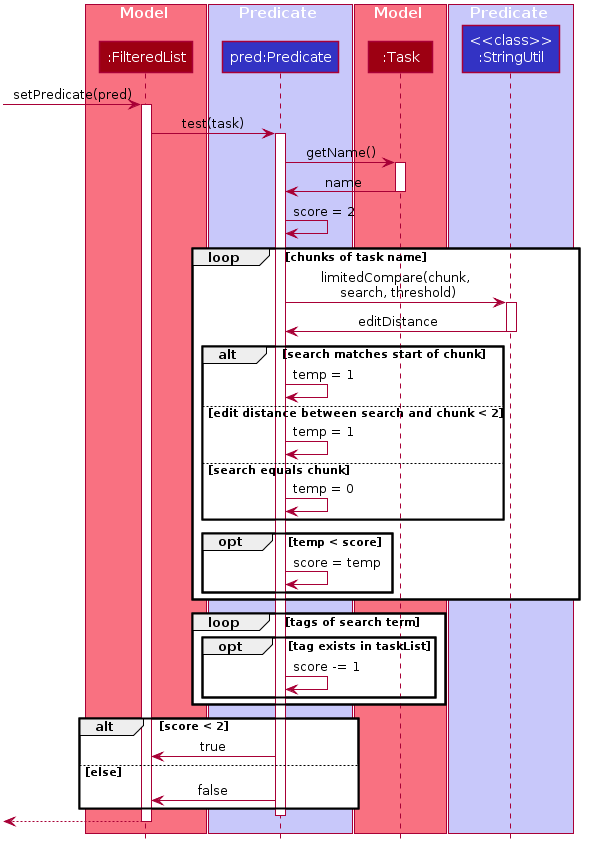
Before: docs/images/PredicateSequenceDiagram.png, a diagram exported from PlantUML (nus-cs2103-AY1920S2/addressbook-level3).
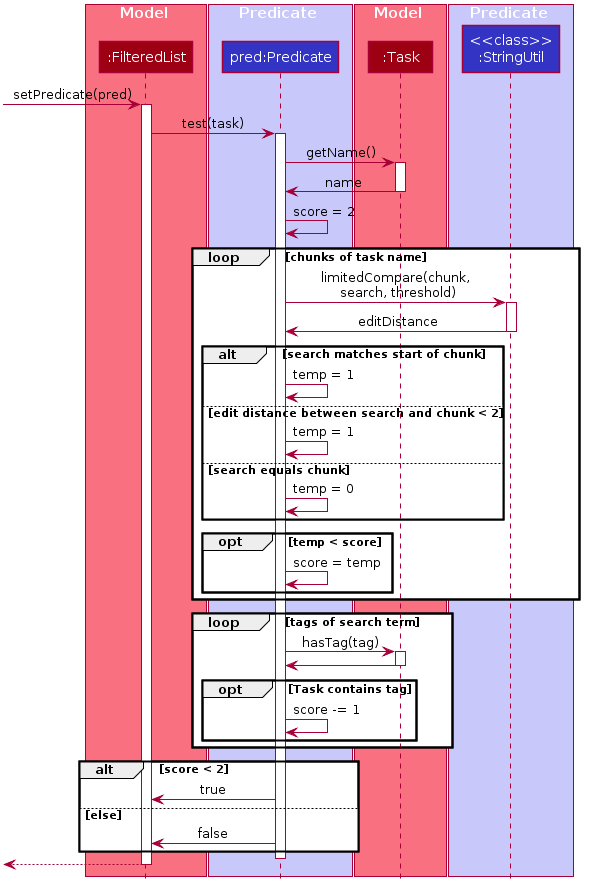
After the change.

Change to the diagram source:
```diff
@@ -98,7 +98,11 @@
 end
 
 loop tags of search term
-    opt tag exists in taskList
+    Predicate -> Task: hasTag(tag)
+    activate Task
+    Task -> Predicate
+    deactivate Task
+    opt Task contains tag
         Predicate -> Predicate: score -= 1
     end
 end
```
